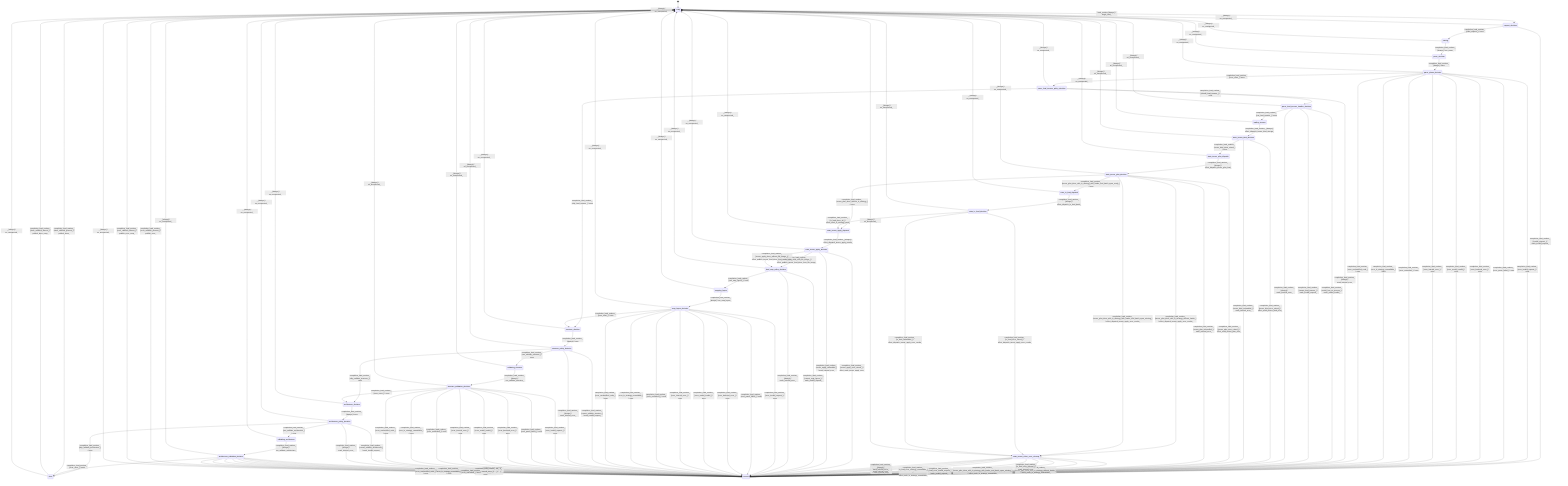
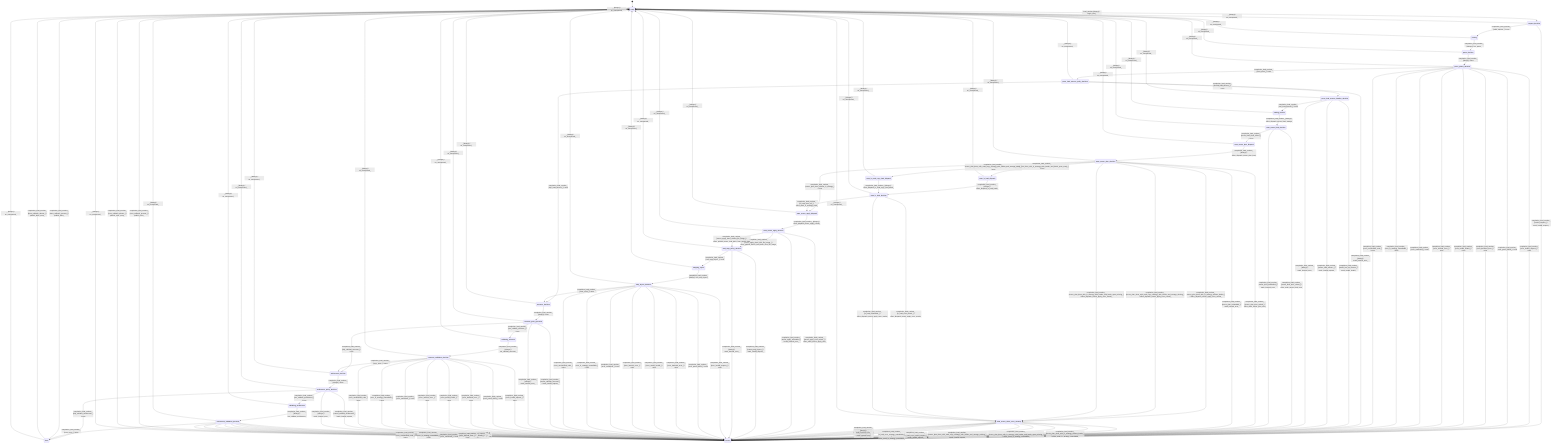
stateDiagram-v2
  direction TB
  [*] --> ready
  ready --> request_decision : load_runtime [always] / begin_load_
  request_decision --> parsing : completion_load_runtime_ [valid_request_] / none
  request_decision --> errored : completion_load_runtime_ [invalid_request_] / mark_invalid_request_
  parsing --> parse_decision : completion_load_runtime_ [always] / run_parse_
  parse_decision --> parse_phase_decision : completion_load_runtime_ [always] / none
  parse_phase_decision --> parse_load_tensors_policy_decision : completion_load_runtime_ [error_none_] / none
  parse_phase_decision --> errored : completion_load_runtime_ [error_invalid_request_] / none
  parse_phase_decision --> errored : completion_load_runtime_ [error_parse_failed_] / none
  parse_phase_decision --> errored : completion_load_runtime_ [error_backend_error_] / none
  parse_phase_decision --> errored : completion_load_runtime_ [error_model_invalid_] / none
  parse_phase_decision --> errored : completion_load_runtime_ [error_internal_error_] / none
  parse_phase_decision --> errored : completion_load_runtime_ [error_untracked_] / none
  parse_phase_decision --> errored : completion_load_runtime_ [error_io_strategy_unavailable_] / none
  parse_phase_decision --> errored : completion_load_runtime_ [error_unclassified_code_] / none
  parse_load_tensors_policy_decision --> parse_load_tensors_handler_decision : completion_load_runtime_ [should_load_tensors_] / none
  parse_load_tensors_policy_decision --> structure_decision : completion_load_runtime_ [skip_load_tensors_] / none
  parse_load_tensors_policy_decision --> errored : completion_load_runtime_ [always] / mark_internal_error_
  parse_load_tensors_handler_decision --> loading_tensors : completion_load_runtime_ [can_load_tensors_] / none
  parse_load_tensors_handler_decision --> errored : completion_load_runtime_ [model_has_no_tensors_] / mark_model_invalid_
  parse_load_tensors_handler_decision --> errored : completion_load_runtime_ [cannot_load_tensors_] / mark_invalid_request_
  parse_load_tensors_handler_decision --> errored : completion_load_runtime_ [always] / mark_internal_error_
  loading_tensors --> state_tensor_bind_decision : completion_load_runtime_ [always] / effect_dispatch_tensor_bind_storage_
  state_tensor_bind_decision --> state_tensor_plan_dispatch : completion_load_runtime_ [tensor_bind_done_raised_] / none
  state_tensor_bind_decision --> errored : completion_load_runtime_ [tensor_bind_error_raised_] / effect_mark_tensor_bind_error_
  state_tensor_bind_decision --> errored : completion_load_runtime_ [tensor_bind_unhandled_] / mark_internal_error_
  state_tensor_plan_dispatch --> state_tensor_plan_decision : completion_load_runtime_ [always] / effect_dispatch_tensor_plan_load_
  state_tensor_plan_decision --> state_tensor_apply_dispatch : completion_load_runtime_ [tensor_plan_done_without_io_strategy_] / none
  state_tensor_plan_decision --> state_tensor_effect_error_cleanup : completion_load_runtime_ [tensor_plan_done_with_io_strategy_without_loader_] / effect_dispatch_tensor_apply_error_results_
  state_tensor_plan_decision --> state_io_load_dispatch : completion_load_runtime_ [tensor_plan_done_with_io_strategy_with_loader_and_batch_span_ready_] / none
+   state_tensor_plan_decision --> state_io_read_copy_load_dispatch : completion_load_runtime_ [tensor_plan_done_with_read_copy_strategy_with_loader_and_storage_ready_] / none
+   state_tensor_plan_decision --> state_tensor_effect_error_cleanup : completion_load_runtime_ [tensor_plan_done_with_read_copy_strategy_with_loader_and_storage_missing_] / effect_dispatch_tensor_apply_error_results_
  state_tensor_plan_decision --> state_tensor_effect_error_cleanup : completion_load_runtime_ [tensor_plan_done_with_io_strategy_with_loader_and_batch_span_missing_] / effect_dispatch_tensor_apply_error_results_
  state_tensor_plan_decision --> errored : completion_load_runtime_ [tensor_plan_error_raised_] / effect_mark_tensor_plan_error_
  state_tensor_plan_decision --> errored : completion_load_runtime_ [tensor_plan_unhandled_] / mark_internal_error_
  state_io_load_dispatch --> state_io_load_decision : completion_load_runtime_ [always] / effect_dispatch_io_load_batch_
+   state_io_read_copy_load_dispatch --> state_io_load_decision : completion_load_runtime_ [always] / effect_dispatch_io_read_copy_load_batch_
  state_io_load_decision --> state_tensor_apply_dispatch : completion_load_runtime_ [io_load_done_all_] / effect_mark_io_strategy_used_
  state_io_load_decision --> state_tensor_effect_error_cleanup : completion_load_runtime_ [io_load_error_raised_] / effect_dispatch_tensor_apply_error_results_
  state_io_load_decision --> state_tensor_effect_error_cleanup : completion_load_runtime_ [io_load_unhandled_] / effect_dispatch_tensor_apply_error_results_
  state_tensor_effect_error_cleanup --> errored : completion_load_runtime_ [tensor_plan_done_with_io_strategy_without_loader_] / effect_mark_io_strategy_unavailable_
  state_tensor_effect_error_cleanup --> errored : completion_load_runtime_ [tensor_plan_done_with_io_strategy_with_loader_and_batch_span_missing_] / effect_mark_io_strategy_unavailable_
+   state_tensor_effect_error_cleanup --> errored : completion_load_runtime_ [tensor_plan_done_with_read_copy_strategy_with_loader_and_storage_missing_] / mark_invalid_request_
  state_tensor_effect_error_cleanup --> errored : completion_load_runtime_ [io_load_error_invalid_request_] / mark_invalid_request_
  state_tensor_effect_error_cleanup --> errored : completion_load_runtime_ [io_load_error_strategy_unavailable_] / effect_mark_io_strategy_unavailable_
  state_tensor_effect_error_cleanup --> errored : completion_load_runtime_ [io_load_error_internal_] / mark_internal_error_
  state_tensor_effect_error_cleanup --> errored : completion_load_runtime_ [io_load_error_untracked_] / mark_untracked_
  state_tensor_effect_error_cleanup --> errored : completion_load_runtime_ [io_load_error_unclassified_] / mark_internal_error_
  state_tensor_effect_error_cleanup --> errored : completion_load_runtime_ [io_load_unhandled_] / mark_internal_error_
  state_tensor_effect_error_cleanup --> errored : completion_load_runtime_ [always] / mark_internal_error_
  state_tensor_apply_dispatch --> state_tensor_apply_decision : completion_load_runtime_ [always] / effect_dispatch_tensor_apply_results_
  state_tensor_apply_decision --> load_map_policy_decision : completion_load_runtime_ [tensor_apply_done_with_file_image_] / effect_publish_tensor_load_done_from_file_image_
  state_tensor_apply_decision --> load_map_policy_decision : completion_load_runtime_ [tensor_apply_done_without_file_image_] / effect_publish_tensor_load_done_from_model_data_
  state_tensor_apply_decision --> errored : completion_load_runtime_ [tensor_apply_error_raised_] / effect_mark_tensor_apply_error_
  state_tensor_apply_decision --> errored : completion_load_runtime_ [tensor_apply_unhandled_] / mark_internal_error_
  load_map_policy_decision --> mapping_layers : completion_load_runtime_ [can_map_layers_] / none
  load_map_policy_decision --> errored : completion_load_runtime_ [cannot_map_layers_] / mark_invalid_request_
  load_map_policy_decision --> errored : completion_load_runtime_ [always] / mark_internal_error_
  mapping_layers --> map_layers_decision : completion_load_runtime_ [always] / run_map_layers_
  map_layers_decision --> structure_decision : completion_load_runtime_ [error_none_] / none
  map_layers_decision --> errored : completion_load_runtime_ [error_invalid_request_] / none
  map_layers_decision --> errored : completion_load_runtime_ [error_parse_failed_] / none
  map_layers_decision --> errored : completion_load_runtime_ [error_backend_error_] / none
  map_layers_decision --> errored : completion_load_runtime_ [error_model_invalid_] / none
  map_layers_decision --> errored : completion_load_runtime_ [error_internal_error_] / none
  map_layers_decision --> errored : completion_load_runtime_ [error_untracked_] / none
  map_layers_decision --> errored : completion_load_runtime_ [error_io_strategy_unavailable_] / none
  map_layers_decision --> errored : completion_load_runtime_ [error_unclassified_code_] / none
  structure_decision --> structure_policy_decision : completion_load_runtime_ [always] / none
  structure_policy_decision --> architecture_decision : completion_load_runtime_ [skip_validate_structure_] / none
  structure_policy_decision --> validating_structure : completion_load_runtime_ [can_validate_structure_] / none
  structure_policy_decision --> errored : completion_load_runtime_ [cannot_validate_structure_] / mark_invalid_request_
  structure_policy_decision --> errored : completion_load_runtime_ [always] / mark_internal_error_
  validating_structure --> structure_validation_decision : completion_load_runtime_ [always] / run_validate_structure_
  structure_validation_decision --> architecture_decision : completion_load_runtime_ [error_none_] / none
  structure_validation_decision --> errored : completion_load_runtime_ [error_invalid_request_] / none
  structure_validation_decision --> errored : completion_load_runtime_ [error_parse_failed_] / none
  structure_validation_decision --> errored : completion_load_runtime_ [error_backend_error_] / none
  structure_validation_decision --> errored : completion_load_runtime_ [error_model_invalid_] / none
  structure_validation_decision --> errored : completion_load_runtime_ [error_internal_error_] / none
  structure_validation_decision --> errored : completion_load_runtime_ [error_untracked_] / none
  structure_validation_decision --> errored : completion_load_runtime_ [error_io_strategy_unavailable_] / none
  structure_validation_decision --> errored : completion_load_runtime_ [error_unclassified_code_] / none
  architecture_decision --> architecture_policy_decision : completion_load_runtime_ [always] / none
  architecture_policy_decision --> done : completion_load_runtime_ [skip_validate_architecture_] / none
  architecture_policy_decision --> validating_architecture : completion_load_runtime_ [can_validate_architecture_] / none
  architecture_policy_decision --> errored : completion_load_runtime_ [cannot_validate_architecture_] / mark_invalid_request_
  architecture_policy_decision --> errored : completion_load_runtime_ [always] / mark_internal_error_
  validating_architecture --> architecture_validation_decision : completion_load_runtime_ [always] / run_validate_architecture_
  architecture_validation_decision --> done : completion_load_runtime_ [error_none_] / none
  architecture_validation_decision --> errored : completion_load_runtime_ [error_invalid_request_] / none
  architecture_validation_decision --> errored : completion_load_runtime_ [error_parse_failed_] / none
  architecture_validation_decision --> errored : completion_load_runtime_ [error_backend_error_] / none
  architecture_validation_decision --> errored : completion_load_runtime_ [error_model_invalid_] / none
  architecture_validation_decision --> errored : completion_load_runtime_ [error_internal_error_] / none
  architecture_validation_decision --> errored : completion_load_runtime_ [error_untracked_] / none
  architecture_validation_decision --> errored : completion_load_runtime_ [error_io_strategy_unavailable_] / none
  architecture_validation_decision --> errored : completion_load_runtime_ [error_unclassified_code_] / none
  done --> ready : completion_load_runtime_ [done_callback_present_] / publish_done_
  done --> ready : completion_load_runtime_ [done_callback_absent_] / publish_done_noop_
  errored --> ready : completion_load_runtime_ [error_callback_present_] / publish_error_
  errored --> ready : completion_load_runtime_ [error_callback_absent_] / publish_error_noop_
  ready --> ready : _ [always] / on_unexpected_
  request_decision --> ready : _ [always] / on_unexpected_
  parsing --> ready : _ [always] / on_unexpected_
  parse_decision --> ready : _ [always] / on_unexpected_
  parse_phase_decision --> ready : _ [always] / on_unexpected_
  parse_load_tensors_policy_decision --> ready : _ [always] / on_unexpected_
  parse_load_tensors_handler_decision --> ready : _ [always] / on_unexpected_
  loading_tensors --> ready : _ [always] / on_unexpected_
  state_tensor_bind_decision --> ready : _ [always] / on_unexpected_
  state_tensor_plan_dispatch --> ready : _ [always] / on_unexpected_
  state_tensor_plan_decision --> ready : _ [always] / on_unexpected_
  state_io_load_dispatch --> ready : _ [always] / on_unexpected_
+   state_io_read_copy_load_dispatch --> ready : _ [always] / on_unexpected_
  state_io_load_decision --> ready : _ [always] / on_unexpected_
  state_tensor_effect_error_cleanup --> ready : _ [always] / on_unexpected_
  state_tensor_apply_dispatch --> ready : _ [always] / on_unexpected_
  state_tensor_apply_decision --> ready : _ [always] / on_unexpected_
  load_map_policy_decision --> ready : _ [always] / on_unexpected_
  mapping_layers --> ready : _ [always] / on_unexpected_
  map_layers_decision --> ready : _ [always] / on_unexpected_
  structure_decision --> ready : _ [always] / on_unexpected_
  structure_policy_decision --> ready : _ [always] / on_unexpected_
  validating_structure --> ready : _ [always] / on_unexpected_
  structure_validation_decision --> ready : _ [always] / on_unexpected_
  architecture_decision --> ready : _ [always] / on_unexpected_
  architecture_policy_decision --> ready : _ [always] / on_unexpected_
  validating_architecture --> ready : _ [always] / on_unexpected_
  architecture_validation_decision --> ready : _ [always] / on_unexpected_
  done --> ready : _ [always] / on_unexpected_
  errored --> ready : _ [always] / on_unexpected_
